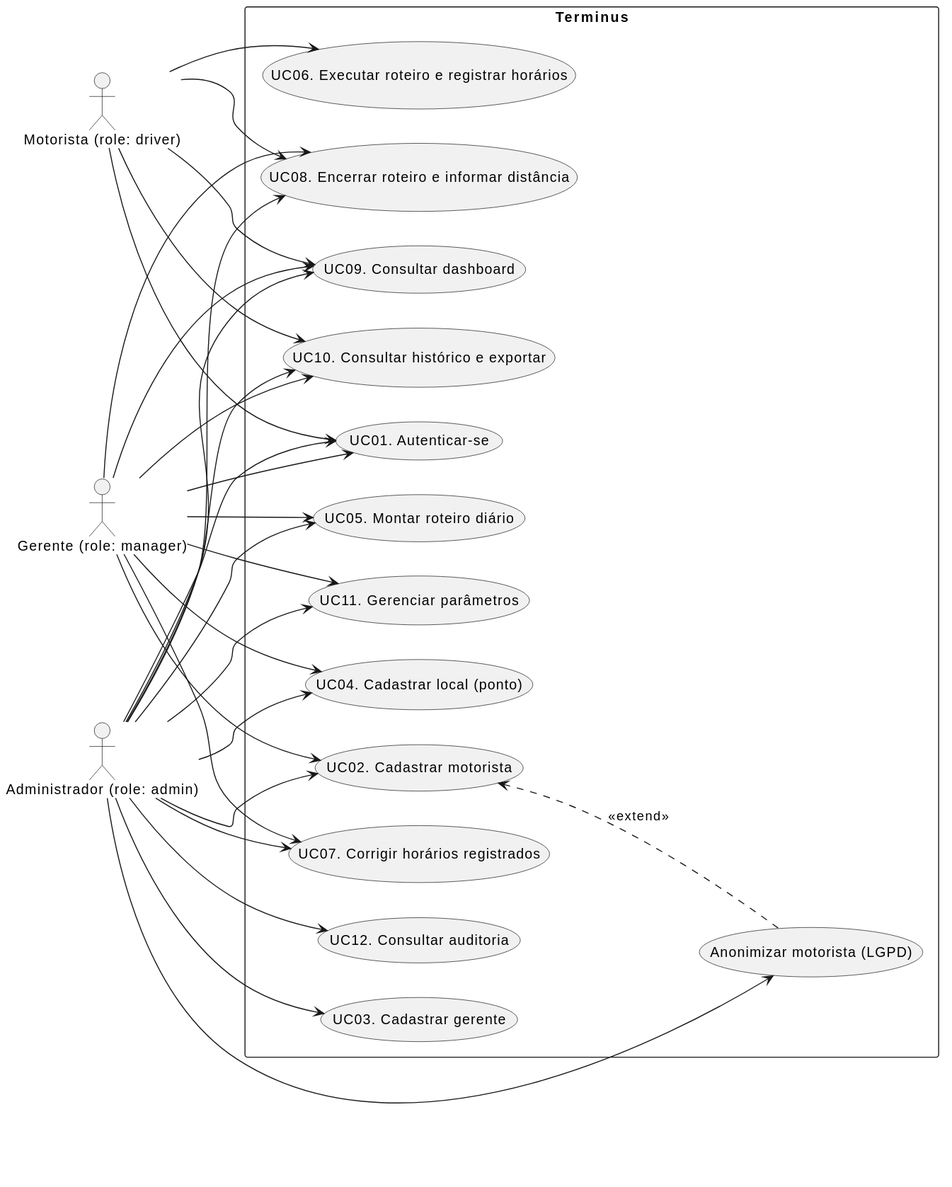
Earlier version of the PlantUML export docs/especificacao/diagrams/casos-de-uso.svg (xendak/terminus).
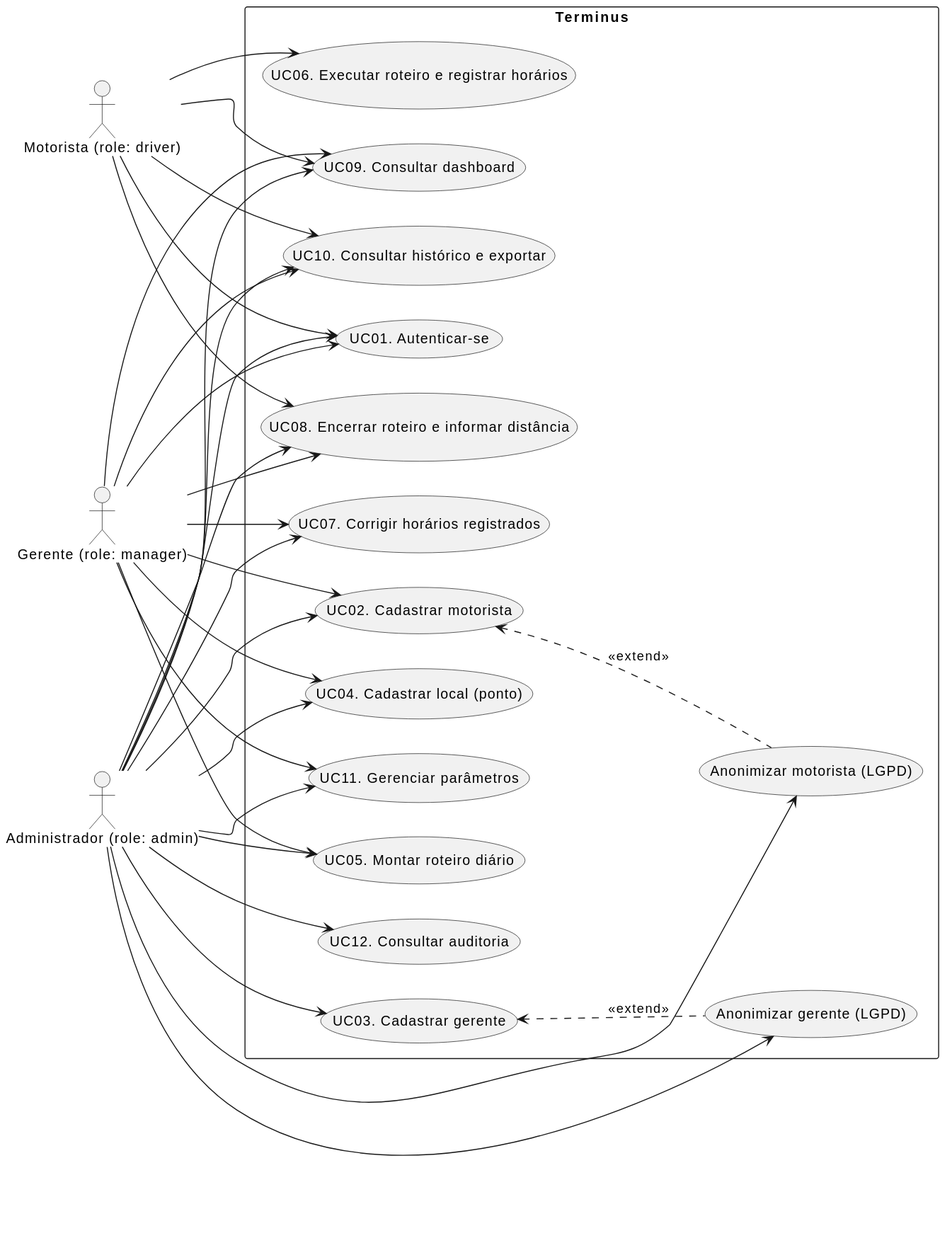
After the commit.

Commit message:
docs: especificacao reconciled with session revalidation, location snapshots, manager LGPD and dashboard drill-down

The edit, as a diff of the source:
```diff
@@ -12,6 +12,7 @@
   usecase "UC02. Cadastrar motorista" as UC02
   usecase "Anonimizar motorista (LGPD)" as UC02X
   usecase "UC03. Cadastrar gerente" as UC03
+  usecase "Anonimizar gerente (LGPD)" as UC03X
   usecase "UC04. Cadastrar local (ponto)" as UC04
   usecase "UC05. Montar roteiro diário" as UC05
   usecase "UC06. Executar roteiro e registrar horários" as UC06
@@ -52,4 +53,6 @@
 Admin --> UC12
 Admin --> UC02X
 UC02 <.. UC02X : <<extend>>
+Admin --> UC03X
+UC03 <.. UC03X : <<extend>>
 @enduml
```
